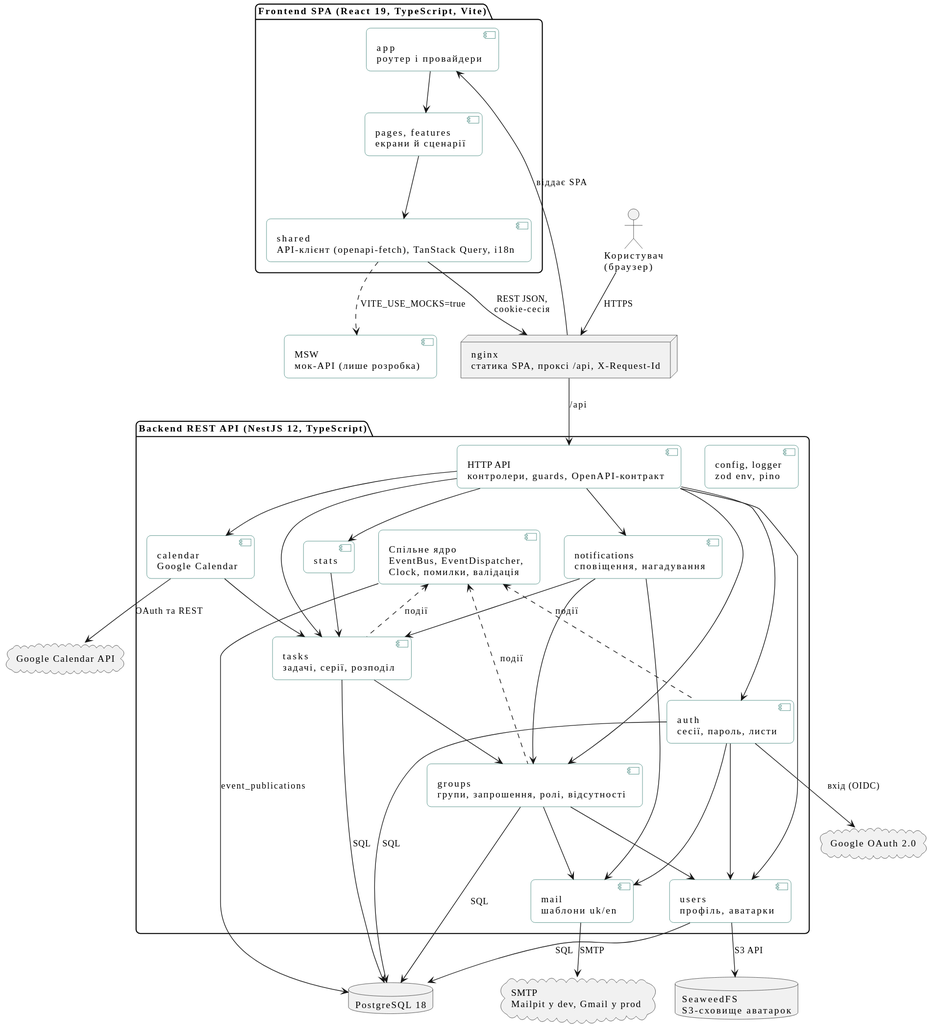
Earlier version of the PlantUML export docs/diagrams/component/svg/components.svg (mzabrodin/Errandly). The source it was exported from:
```plantuml
@startuml
skinparam shadowing false
skinparam defaultFontName "Inter, Segoe UI, Arial"
skinparam TitleFontStyle bold
skinparam RoundCorner 12
skinparam ClassBackgroundColor #FFFFFF
skinparam ClassBorderColor #1F6F64
skinparam ObjectBackgroundColor #FFFFFF
skinparam ObjectBorderColor #1F6F64
skinparam ComponentBackgroundColor #FFFFFF
skinparam ComponentBorderColor #1F6F64
skinparam NoteBackgroundColor #FFFFE0

actor "Користувач\n(браузер)" as user

package "Frontend SPA (React 19, TypeScript, Vite)" {
  [app\nроутер і провайдери] as app
  [pages, features\nекрани й сценарії] as pages
  [shared\nAPI-клієнт (openapi-fetch), TanStack Query, i18n] as shared
}
[MSW\nмок-API (лише розробка)] as msw

node "nginx\nстатика SPA, проксі /api, X-Request-Id" as nginx

package "Backend REST API (NestJS 12, TypeScript)" {
  [HTTP API\nконтролери, guards, OpenAPI-контракт] as http
  [auth\nсесії, пароль, листи] as auth
  [users\nпрофіль, аватарки] as users
  [groups\nгрупи, запрошення, ролі, відсутності] as groups
  [tasks\nзадачі, серії, розподіл] as tasks
  [notifications\nсповіщення, нагадування] as notifications
  [calendar\nGoogle Calendar] as calendar
  [stats] as stats
  [mail\nшаблони uk/en] as mail
  [Спільне ядро\nEventBus, EventDispatcher,\nClock, помилки, валідація] as kernel
  [config, logger\nzod env, pino] as config
}

database "PostgreSQL 18" as pg
database "SeaweedFS\nS3-сховище аватарок" as s3
cloud "SMTP\nMailpit у dev, Gmail у prod" as smtp
cloud "Google OAuth 2.0" as oauth
cloud "Google Calendar API" as gcal

user --> nginx : HTTPS
nginx --> app : віддає SPA
app --> pages
pages --> shared
shared ..> msw : VITE_USE_MOCKS=true
shared --> nginx : REST JSON,\ncookie-сесія
nginx --> http : /api

http --> auth
http --> users
http --> groups
http --> tasks
http --> notifications
http --> calendar
http --> stats
auth --> users
groups --> users
tasks --> groups
calendar --> tasks
notifications --> tasks
notifications --> groups
notifications --> mail
stats --> tasks
auth --> mail
groups --> mail
kernel <.. auth : події
kernel <.. groups : події
kernel <.. tasks : події

auth --> pg : SQL
users --> pg : SQL
groups --> pg : SQL
tasks --> pg : SQL
kernel --> pg : event_publications
users --> s3 : S3 API
mail --> smtp : SMTP
auth --> oauth : вхід (OIDC)
calendar --> gcal : OAuth та REST
@enduml
```
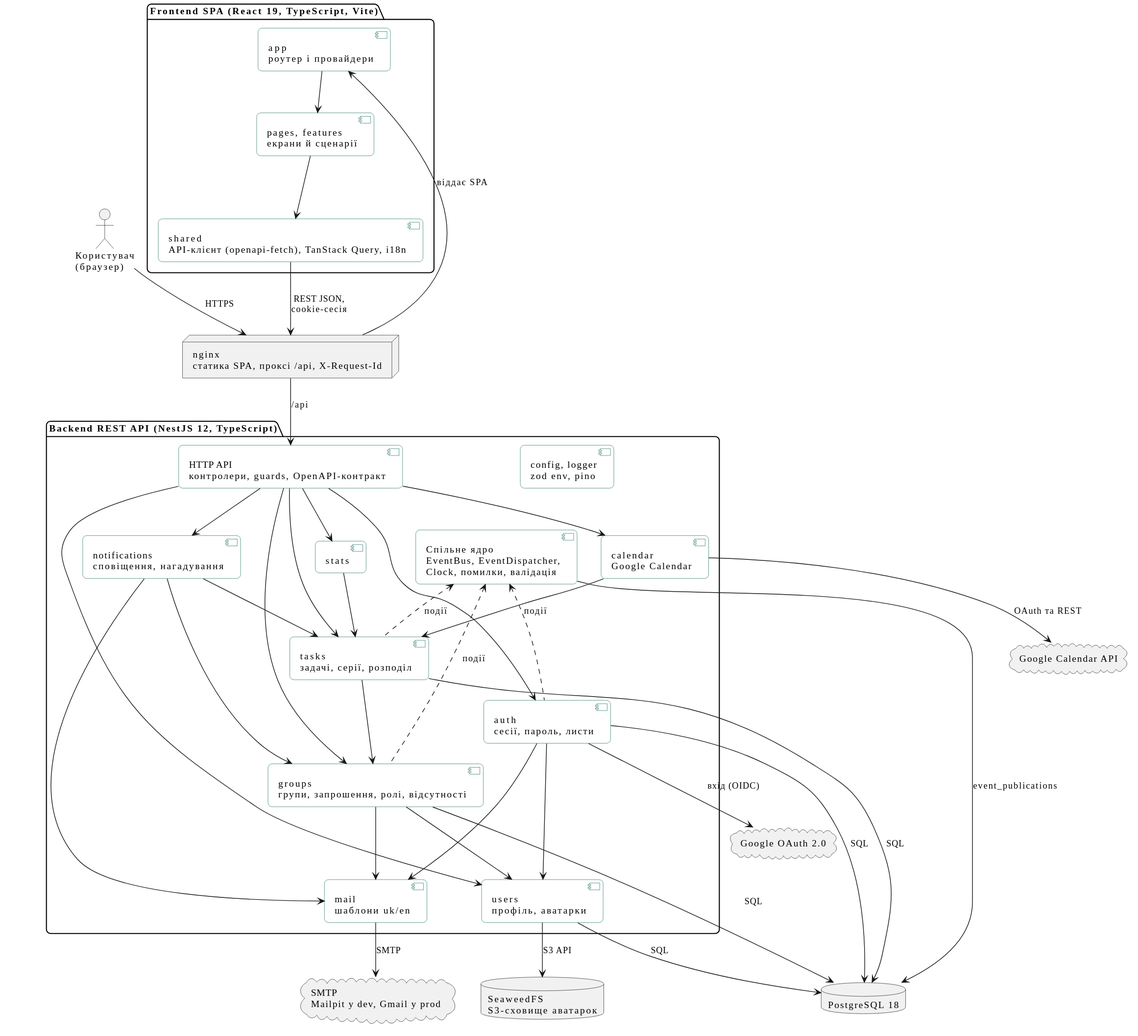
The same file after the commit.

Change to the diagram source:
```diff
@@ -18,7 +18,6 @@
   [pages, features\nекрани й сценарії] as pages
   [shared\nAPI-клієнт (openapi-fetch), TanStack Query, i18n] as shared
 }
-[MSW\nмок-API (лише розробка)] as msw
 
 node "nginx\nстатика SPA, проксі /api, X-Request-Id" as nginx
 
@@ -46,7 +45,6 @@
 nginx --> app : віддає SPA
 app --> pages
 pages --> shared
-shared ..> msw : VITE_USE_MOCKS=true
 shared --> nginx : REST JSON,\ncookie-сесія
 nginx --> http : /api
 
```
